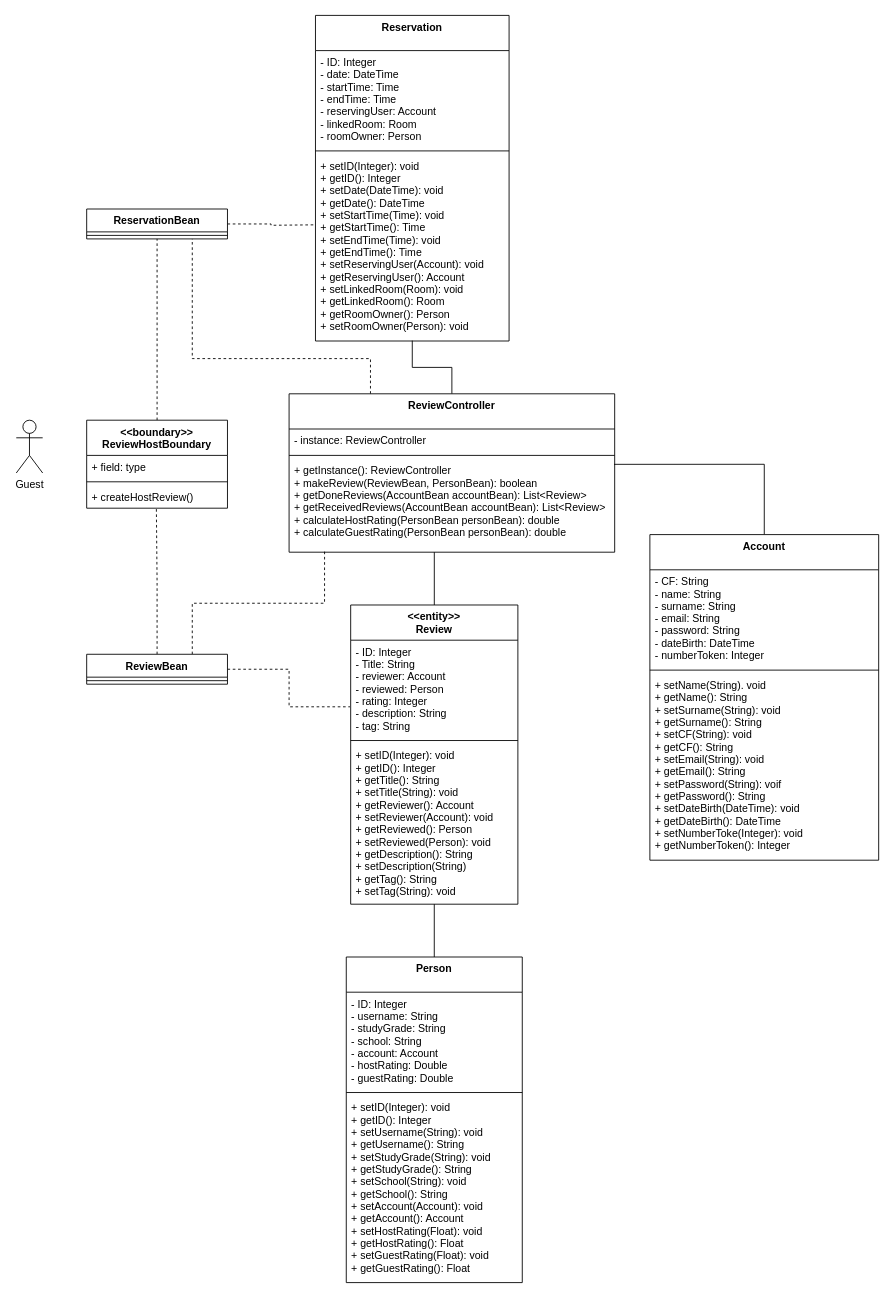
The draw.io diagram Deliverables/VoPC/VoPC ReviewHost.drawio in nic-agos/DoveStudi, before the edit. Source tidied: cells renumbered, new cells numbered last; positions are measured from the earlier drawing's top-left corner, leaving out a move shared by most shapes. Both pictures are drawn from the tidied source at 88%, with x=0, y=0 at pixel (16, 15).
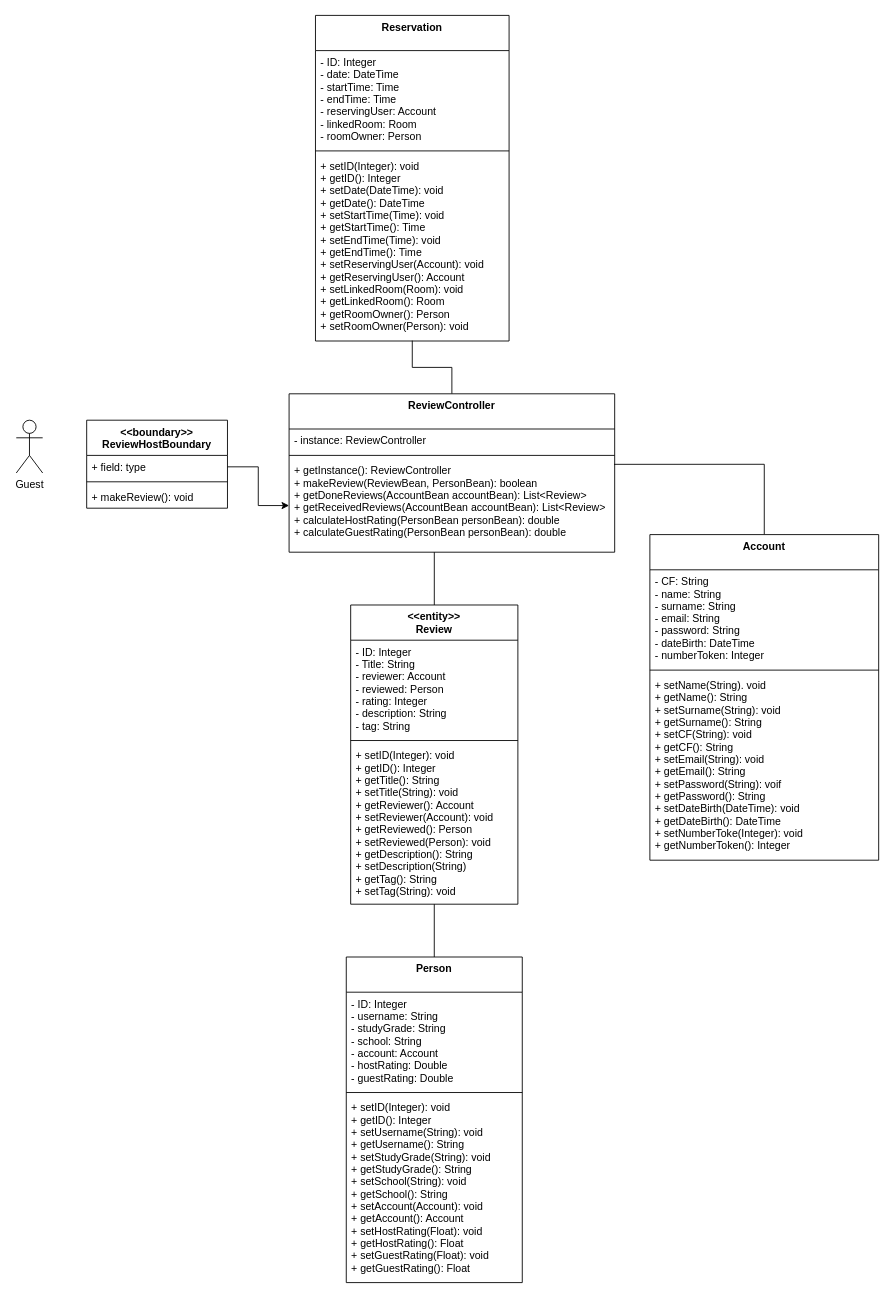
The same diagram, later.

Unchanged cells that the change refers to:
```xml
<mxCell id="9" value="&lt;&lt;boundary&gt;&gt;&#10;ReviewHostBoundary" style="swimlane;fontStyle=1;align=center;verticalAlign=top;horizontal=1;startSize=40;" parent="1" vertex="1">
  <mxGeometry x="80" y="460" width="160" height="100" as="geometry" />
</mxCell>
<mxCell id="10" value="+ field: type" style="text;strokeColor=none;fillColor=none;align=left;verticalAlign=top;spacingLeft=4;spacingRight=4;overflow=hidden;points=[[0,0.5],[1,0.5]];portConstraint=eastwest;" parent="9" vertex="1">
  <mxGeometry y="40" width="160" height="26" as="geometry" />
</mxCell>
<mxCell id="17" value="- ID: Integer&#10;- Title: String&#10;- reviewer: Account&#10;- reviewed: Person&#10;- rating: Integer&#10;- description: String&#10;- tag: String" style="text;strokeColor=none;fillColor=none;align=left;verticalAlign=top;spacingLeft=4;spacingRight=4;overflow=hidden;points=[[0,0.5],[1,0.5]];portConstraint=eastwest;" parent="16" vertex="1">
  <mxGeometry y="40" width="190" height="110" as="geometry" />
</mxCell>
<mxCell id="33" value="ReviewController" style="swimlane;fontStyle=1;align=center;verticalAlign=top;horizontal=1;startSize=40;" parent="1" vertex="1">
  <mxGeometry x="310" y="430" width="370" height="180" as="geometry" />
</mxCell>
<mxCell id="36" value="+ getInstance(): ReviewController&#10;+ makeReview(ReviewBean, PersonBean): boolean&#10;+ getDoneReviews(AccountBean accountBean): List&lt;Review&gt;&#10;+ getReceivedReviews(AccountBean accountBean): List&lt;Review&gt;&#10;+ calculateHostRating(PersonBean personBean): double&#10;+ calculateGuestRating(PersonBean personBean): double" style="text;strokeColor=none;fillColor=none;align=left;verticalAlign=top;spacingLeft=4;spacingRight=4;overflow=hidden;points=[[0,0.5],[1,0.5]];portConstraint=eastwest;" parent="33" vertex="1">
  <mxGeometry y="74" width="370" height="106" as="geometry" />
</mxCell>
```

Change to the diagram source:
```diff
@@
-    <mxCell id="2" style="edgeStyle=orthogonalEdgeStyle;rounded=0;jettySize=auto;html=1;entryX=-0.004;entryY=0.688;entryDx=0;entryDy=0;entryPerimeter=0;dashed=1;endArrow=none;endFill=0;" parent="1" edge="1" source="5" target="17">
-      <mxGeometry relative="1" as="geometry" />
-    </mxCell>
-    <mxCell id="3" style="edgeStyle=orthogonalEdgeStyle;rounded=0;jettySize=auto;html=1;entryX=0.495;entryY=1.023;entryDx=0;entryDy=0;entryPerimeter=0;dashed=1;endArrow=none;endFill=0;" parent="1" edge="1" source="5" target="12">
-      <mxGeometry relative="1" as="geometry" />
-    </mxCell>
-    <mxCell id="4" style="edgeStyle=orthogonalEdgeStyle;rounded=0;jettySize=auto;html=1;exitX=0.75;exitY=0;exitDx=0;exitDy=0;entryX=0.109;entryY=0.994;entryDx=0;entryDy=0;entryPerimeter=0;endArrow=none;endFill=0;dashed=1;" parent="1" edge="1" source="5" target="36">
-      <mxGeometry relative="1" as="geometry" />
-    </mxCell>
-    <mxCell id="5" value="ReviewBean" style="swimlane;fontStyle=1;align=center;verticalAlign=top;horizontal=1;startSize=26;" parent="1" vertex="1">
-      <mxGeometry x="80" y="726" width="160" height="34" as="geometry" />
-    </mxCell>
-    <mxCell id="6" style="line;strokeWidth=1;fillColor=none;align=left;verticalAlign=middle;spacingTop=-1;spacingLeft=3;spacingRight=3;labelPosition=right;" parent="5" vertex="1">
-      <mxGeometry y="26" width="160" height="8" as="geometry" />
-    </mxCell>
@@
-    <mxCell id="8" style="edgeStyle=orthogonalEdgeStyle;rounded=0;jettySize=auto;html=1;entryX=0.5;entryY=1;entryDx=0;entryDy=0;endArrow=none;endFill=0;dashed=1;" parent="1" edge="1" source="9" target="23">
-      <mxGeometry relative="1" as="geometry" />
-    </mxCell>
@@
-    <mxCell id="12" value="+ createHostReview()" style="text;strokeColor=none;fillColor=none;align=left;verticalAlign=top;spacingLeft=4;spacingRight=4;overflow=hidden;points=[[0,0.5],[1,0.5]];portConstraint=eastwest;" parent="9" vertex="1">
+    <mxCell id="12" value="+ makeReview(): void" style="text;strokeColor=none;fillColor=none;align=left;verticalAlign=top;spacingLeft=4;spacingRight=4;overflow=hidden;points=[[0,0.5],[1,0.5]];portConstraint=eastwest;" parent="9" vertex="1">
       <mxGeometry y="74" width="160" height="26" as="geometry" />
     </mxCell>
-    <mxCell id="13" style="edgeStyle=orthogonalEdgeStyle;rounded=0;jettySize=auto;html=1;entryX=0.75;entryY=1;entryDx=0;entryDy=0;dashed=1;endArrow=none;endFill=0;exitX=0.25;exitY=0;exitDx=0;exitDy=0;" parent="1" edge="1" source="33" target="23">
-      <mxGeometry relative="1" as="geometry">
-        <Array as="points">
-          <mxPoint x="403" y="390" />
-          <mxPoint x="200" y="390" />
-        </Array>
-      </mxGeometry>
-    </mxCell>
@@
-    <mxCell id="22" style="edgeStyle=orthogonalEdgeStyle;rounded=0;jettySize=auto;html=1;exitX=1;exitY=0.5;exitDx=0;exitDy=0;dashed=1;endArrow=none;endFill=0;" parent="1" edge="1" source="23">
-      <mxGeometry relative="1" as="geometry">
-        <mxPoint x="339" y="238" as="targetPoint" />
-      </mxGeometry>
-    </mxCell>
-    <mxCell id="23" value="ReservationBean" style="swimlane;fontStyle=1;align=center;verticalAlign=top;horizontal=1;startSize=26;" parent="1" vertex="1">
-      <mxGeometry x="80" y="220" width="160" height="34" as="geometry" />
-    </mxCell>
-    <mxCell id="24" style="line;strokeWidth=1;fillColor=none;align=left;verticalAlign=middle;spacingTop=-1;spacingLeft=3;spacingRight=3;labelPosition=right;" parent="23" vertex="1">
-      <mxGeometry y="26" width="160" height="8" as="geometry" />
-    </mxCell>
@@
+    <mxCell id="41" style="edgeStyle=orthogonalEdgeStyle;rounded=0;jettySize=auto;html=1;entryX=0;entryY=0.5;entryDx=0;entryDy=0;" parent="1" edge="1" source="10" target="36">
+      <mxGeometry relative="1" as="geometry" />
+    </mxCell>
```
